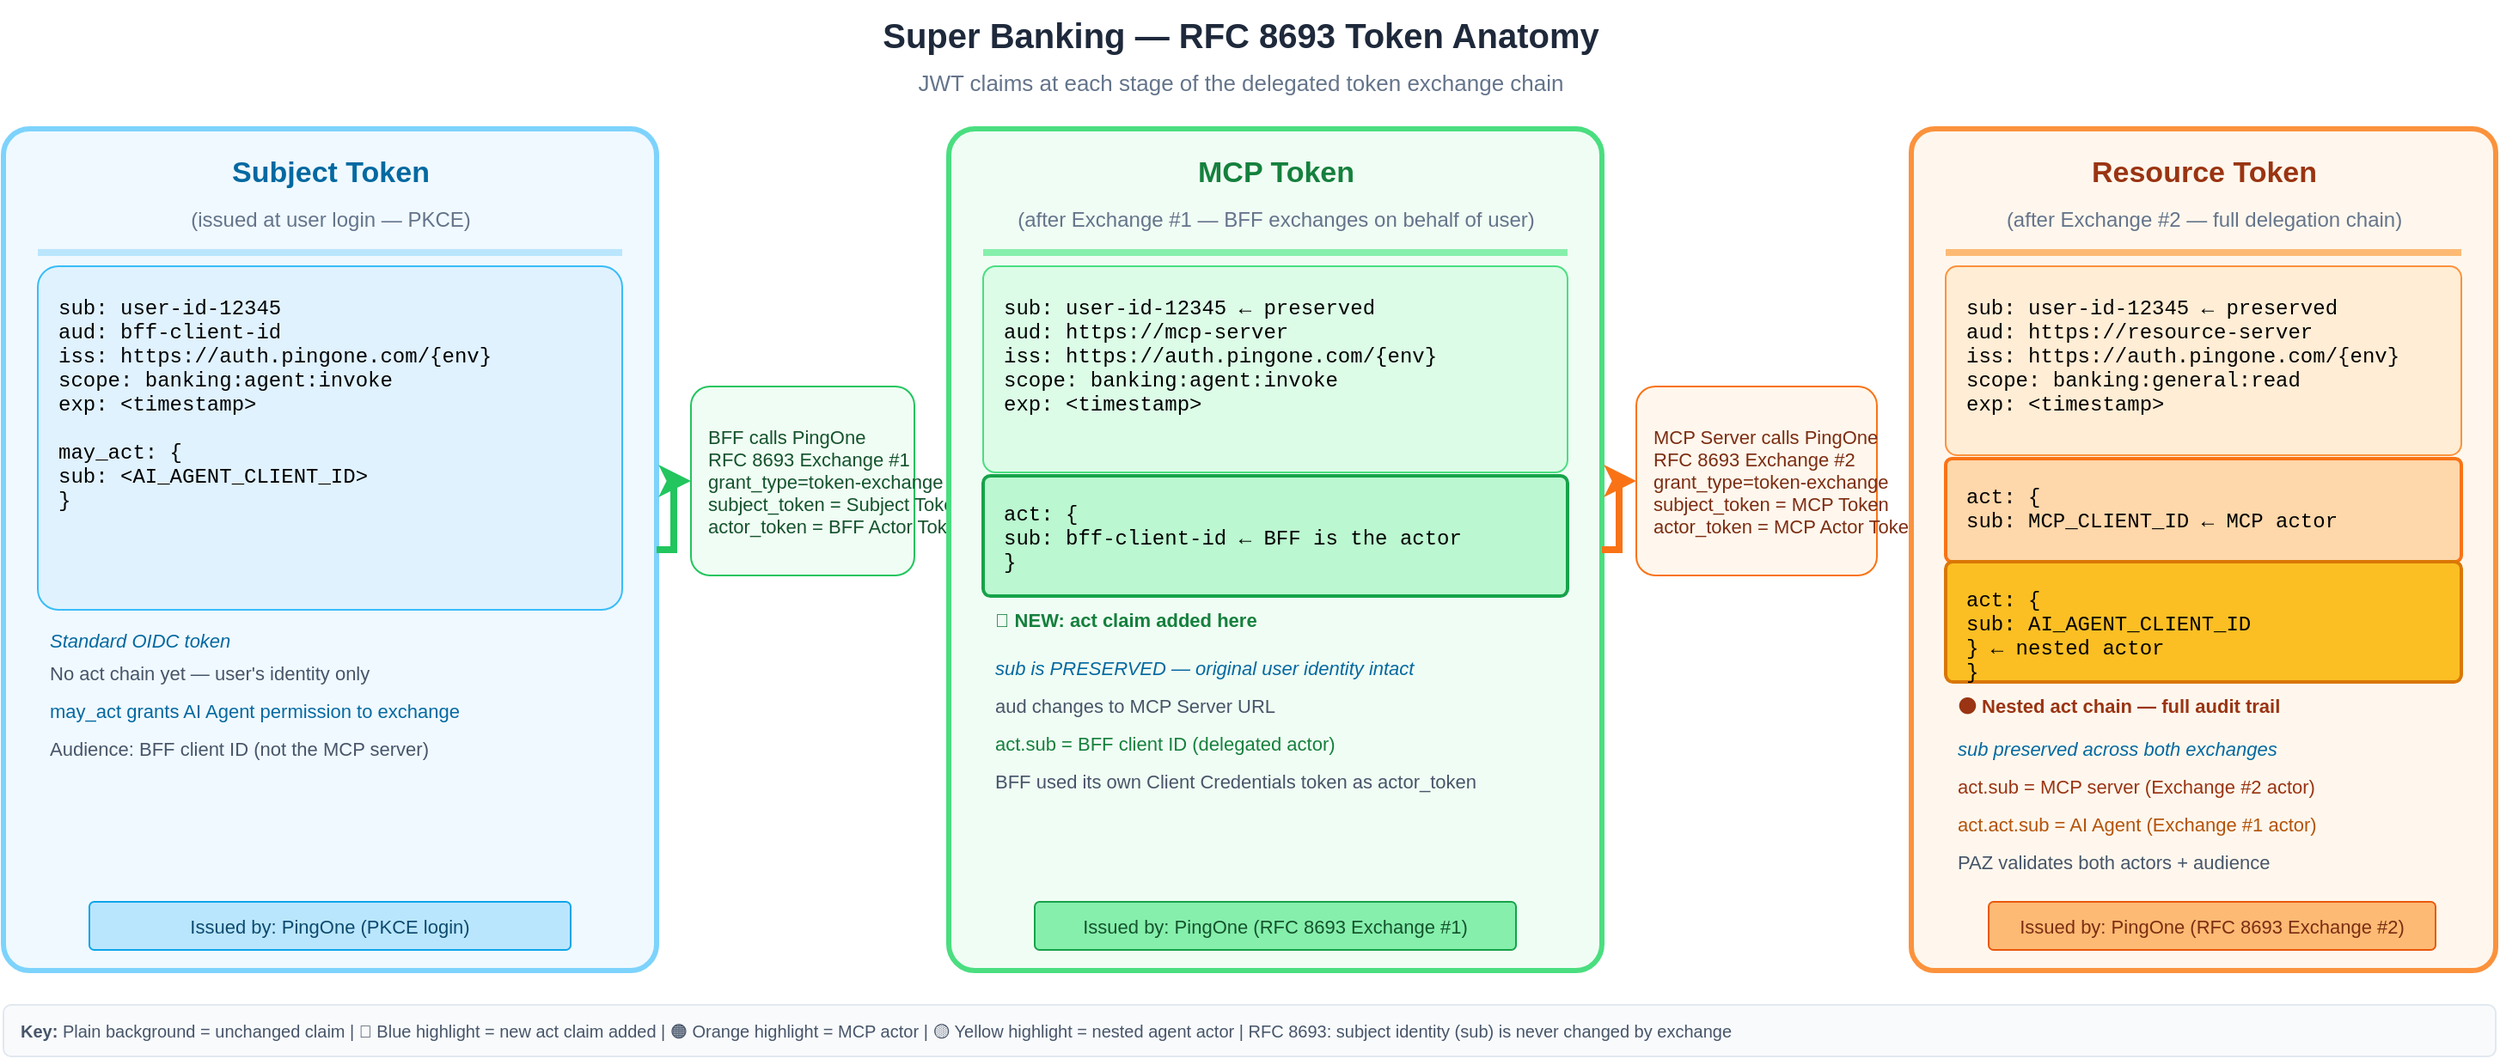
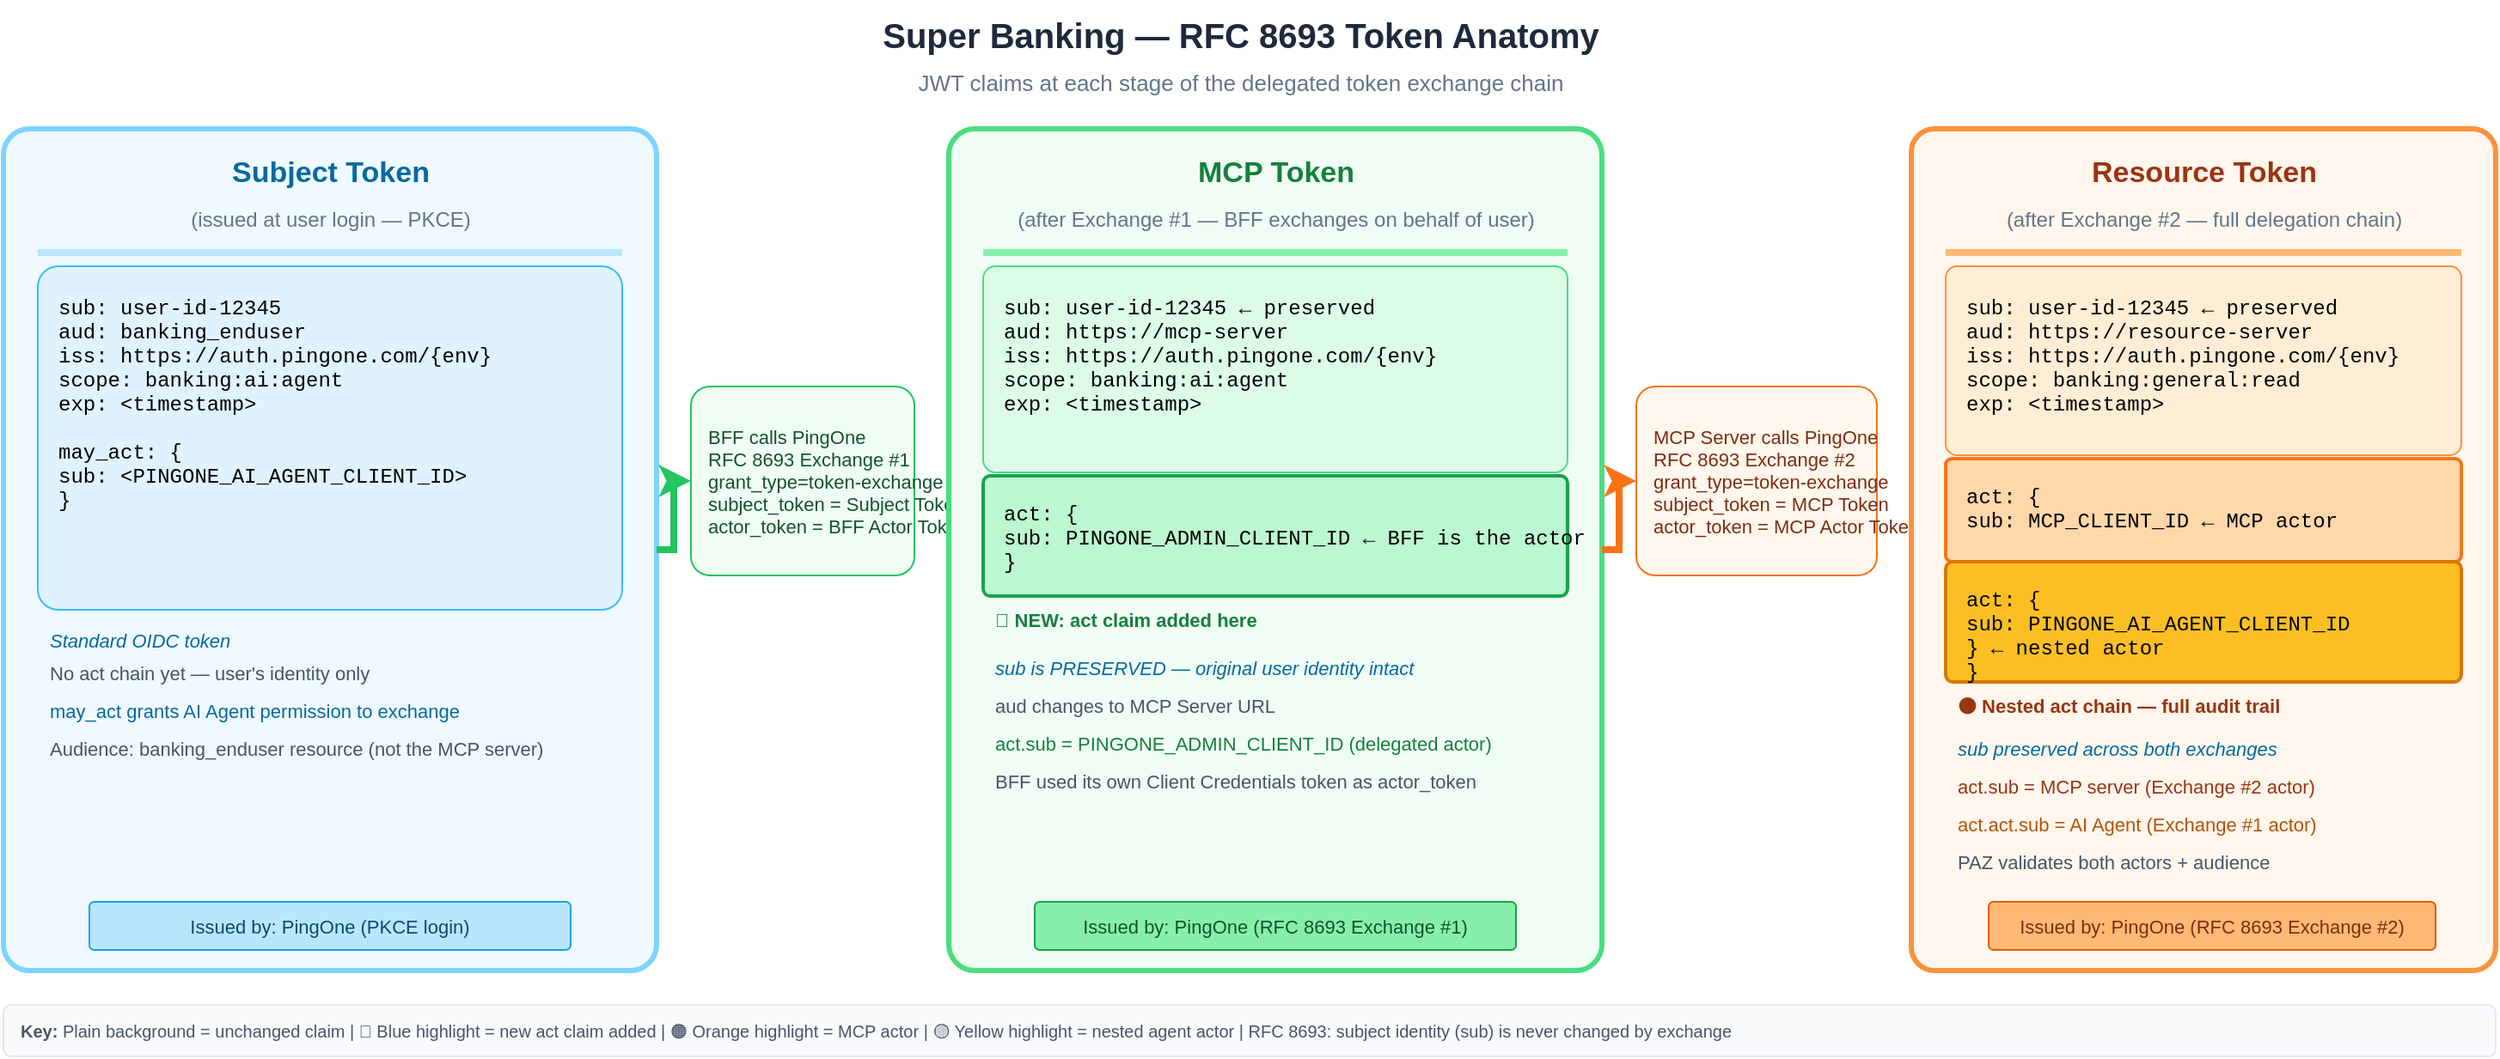
<mxGraphModel dx="1422" dy="762" grid="0" gridSize="10" guides="1" tooltips="1" connect="1" arrows="1" fold="1" page="0" pageScale="1" pageWidth="1500" pageHeight="680" math="0" shadow="0">
  <root>
    <mxCell id="0" />
    <mxCell id="1" parent="0" />

    <!-- Title -->
    <mxCell id="title" value="Super Banking — RFC 8693 Token Anatomy" style="text;html=1;strokeColor=none;fillColor=none;align=center;verticalAlign=middle;whiteSpace=wrap;rounded=0;fontSize=20;fontStyle=1;fontColor=#1e293b;" vertex="1" parent="1">
      <mxGeometry x="250" y="15" width="1000" height="40" as="geometry" />
    </mxCell>
    <mxCell id="subtitle" value="JWT claims at each stage of the delegated token exchange chain" style="text;html=1;strokeColor=none;fillColor=none;align=center;verticalAlign=middle;whiteSpace=wrap;rounded=0;fontSize=13;fontColor=#64748b;" vertex="1" parent="1">
      <mxGeometry x="250" y="50" width="1000" height="25" as="geometry" />
    </mxCell>

    <!-- ============================================================ -->
    <!-- Panel 1: Subject Token (Before Exchange) -->
    <!-- ============================================================ -->
    <mxCell id="p1-border" value="" style="rounded=1;arcSize=4;fillColor=#f0f9ff;strokeColor=#7dd3fc;strokeWidth=3;" vertex="1" parent="1">
      <mxGeometry x="30" y="90" width="380" height="490" as="geometry" />
    </mxCell>

    <mxCell id="p1-header" value="Subject Token" style="text;html=1;strokeColor=none;fillColor=none;align=center;verticalAlign=middle;fontSize=17;fontStyle=1;fontColor=#0369a1;" vertex="1" parent="1">
      <mxGeometry x="30" y="98" width="380" height="35" as="geometry" />
    </mxCell>
    <mxCell id="p1-subheader" value="(issued at user login — PKCE)" style="text;html=1;strokeColor=none;fillColor=none;align=center;verticalAlign=middle;fontSize=12;fontColor=#64748b;" vertex="1" parent="1">
      <mxGeometry x="30" y="130" width="380" height="25" as="geometry" />
    </mxCell>

    <!-- Divider -->
    <mxCell id="p1-div" value="" style="line;strokeColor=#bae6fd;" vertex="1" parent="1">
      <mxGeometry x="50" y="158" width="340" height="8" as="geometry" />
    </mxCell>

    <!-- Claims box P1 -->
-     <mxCell id="p1-claims" value="sub: user-id-12345&#xa;aud: bff-client-id&#xa;iss: https://auth.pingone.com/{env}&#xa;scope: banking:agent:invoke&#xa;exp: &lt;timestamp&gt;&#xa;&#xa;may_act: {&#xa;  sub: &lt;AI_AGENT_CLIENT_ID&gt;&#xa;}" style="rounded=1;arcSize=6;fillColor=#e0f2fe;strokeColor=#38bdf8;fontSize=12;fontFamily=Courier New;align=left;spacingLeft=10;verticalAlign=top;spacingTop=10;" vertex="1" parent="1">
+     <mxCell id="p1-claims" value="sub: user-id-12345&#xa;aud: banking_enduser&#xa;iss: https://auth.pingone.com/{env}&#xa;scope: banking:ai:agent&#xa;exp: &lt;timestamp&gt;&#xa;&#xa;may_act: {&#xa;  sub: &lt;PINGONE_AI_AGENT_CLIENT_ID&gt;&#xa;}" style="rounded=1;arcSize=6;fillColor=#e0f2fe;strokeColor=#38bdf8;fontSize=12;fontFamily=Courier New;align=left;spacingLeft=10;verticalAlign=top;spacingTop=10;" vertex="1" parent="1">
      <mxGeometry x="50" y="170" width="340" height="200" as="geometry" />
    </mxCell>

    <!-- Annotation P1 -->
    <mxCell id="p1-note1" value="Standard OIDC token" style="text;html=1;strokeColor=none;fillColor=none;align=left;verticalAlign=middle;fontSize=11;fontColor=#0369a1;fontStyle=2;" vertex="1" parent="1">
      <mxGeometry x="55" y="377" width="360" height="22" as="geometry" />
    </mxCell>
    <mxCell id="p1-note2" value="No act chain yet — user's identity only" style="text;html=1;strokeColor=none;fillColor=none;align=left;verticalAlign=middle;fontSize=11;fontColor=#475569;" vertex="1" parent="1">
      <mxGeometry x="55" y="396" width="360" height="22" as="geometry" />
    </mxCell>
    <mxCell id="p1-note3" value="may_act grants AI Agent permission to exchange" style="text;html=1;strokeColor=none;fillColor=none;align=left;verticalAlign=middle;fontSize=11;fontColor=#0369a1;" vertex="1" parent="1">
      <mxGeometry x="55" y="418" width="360" height="22" as="geometry" />
    </mxCell>
-     <mxCell id="p1-note4" value="Audience: BFF client ID (not the MCP server)" style="text;html=1;strokeColor=none;fillColor=none;align=left;verticalAlign=middle;fontSize=11;fontColor=#475569;" vertex="1" parent="1">
+     <mxCell id="p1-note4" value="Audience: banking_enduser resource (not the MCP server)" style="text;html=1;strokeColor=none;fillColor=none;align=left;verticalAlign=middle;fontSize=11;fontColor=#475569;" vertex="1" parent="1">
      <mxGeometry x="55" y="440" width="360" height="22" as="geometry" />
    </mxCell>

    <!-- Issued-by label -->
    <mxCell id="p1-issuer" value="Issued by: PingOne (PKCE login)" style="rounded=1;arcSize=10;fillColor=#bae6fd;strokeColor=#0ea5e9;fontSize=11;fontColor=#0c4a6e;" vertex="1" parent="1">
      <mxGeometry x="80" y="540" width="280" height="28" as="geometry" />
    </mxCell>

    <!-- ============================================================ -->
    <!-- Arrow 1: Subject → MCP Token -->
    <!-- ============================================================ -->
    <mxCell id="arrow1-box" value="BFF calls PingOne&#xa;RFC 8693 Exchange #1&#xa;grant_type=token-exchange&#xa;subject_token = Subject Token&#xa;actor_token = BFF Actor Token (CC)" style="rounded=1;arcSize=10;fillColor=#f0fdf4;strokeColor=#22c55e;fontSize=11;fontColor=#14532d;align=left;spacingLeft=8;" vertex="1" parent="1">
      <mxGeometry x="430" y="240" width="130" height="110" as="geometry" />
    </mxCell>

    <!-- Arrow shaft 1 -->
    <mxCell id="arrow1-shaft" value="" style="edgeStyle=orthogonalEdgeStyle;rounded=0;strokeColor=#22c55e;strokeWidth=4;exitX=1;exitY=0.5;exitDx=0;exitDy=0;entryX=0;entryY=0.5;entryDx=0;entryDy=0;" edge="1" source="p1-border" target="arrow1-box" parent="1">
      <mxGeometry relative="1" as="geometry" />
    </mxCell>

    <!-- ============================================================ -->
    <!-- Panel 2: MCP Token (After Exchange #1) -->
    <!-- ============================================================ -->
    <mxCell id="p2-border" value="" style="rounded=1;arcSize=4;fillColor=#f0fdf4;strokeColor=#4ade80;strokeWidth=3;" vertex="1" parent="1">
      <mxGeometry x="580" y="90" width="380" height="490" as="geometry" />
    </mxCell>

    <mxCell id="p2-header" value="MCP Token" style="text;html=1;strokeColor=none;fillColor=none;align=center;verticalAlign=middle;fontSize=17;fontStyle=1;fontColor=#15803d;" vertex="1" parent="1">
      <mxGeometry x="580" y="98" width="380" height="35" as="geometry" />
    </mxCell>
    <mxCell id="p2-subheader" value="(after Exchange #1 — BFF exchanges on behalf of user)" style="text;html=1;strokeColor=none;fillColor=none;align=center;verticalAlign=middle;fontSize=12;fontColor=#64748b;" vertex="1" parent="1">
      <mxGeometry x="580" y="130" width="380" height="25" as="geometry" />
    </mxCell>

    <mxCell id="p2-div" value="" style="line;strokeColor=#86efac;" vertex="1" parent="1">
      <mxGeometry x="600" y="158" width="340" height="8" as="geometry" />
    </mxCell>

    <!-- Claims box P2 -->
-     <mxCell id="p2-claims" value="sub: user-id-12345       ← preserved&#xa;aud: https://mcp-server&#xa;iss: https://auth.pingone.com/{env}&#xa;scope: banking:agent:invoke&#xa;exp: &lt;timestamp&gt;&#xa;&#xa;" style="rounded=1;arcSize=6;fillColor=#dcfce7;strokeColor=#4ade80;fontSize=12;fontFamily=Courier New;align=left;spacingLeft=10;verticalAlign=top;spacingTop=10;" vertex="1" parent="1">
+     <mxCell id="p2-claims" value="sub: user-id-12345       ← preserved&#xa;aud: https://mcp-server&#xa;iss: https://auth.pingone.com/{env}&#xa;scope: banking:ai:agent&#xa;exp: &lt;timestamp&gt;&#xa;&#xa;" style="rounded=1;arcSize=6;fillColor=#dcfce7;strokeColor=#4ade80;fontSize=12;fontFamily=Courier New;align=left;spacingLeft=10;verticalAlign=top;spacingTop=10;" vertex="1" parent="1">
      <mxGeometry x="600" y="170" width="340" height="120" as="geometry" />
    </mxCell>

    <!-- act highlight P2 -->
-     <mxCell id="p2-act-highlight" value="act: {&#xa;  sub: bff-client-id    ← BFF is the actor&#xa;}" style="rounded=1;arcSize=6;fillColor=#bbf7d0;strokeColor=#16a34a;strokeWidth=2;fontSize=12;fontFamily=Courier New;align=left;spacingLeft=10;verticalAlign=top;spacingTop=8;" vertex="1" parent="1">
+     <mxCell id="p2-act-highlight" value="act: {&#xa;  sub: PINGONE_ADMIN_CLIENT_ID    ← BFF is the actor&#xa;}" style="rounded=1;arcSize=6;fillColor=#bbf7d0;strokeColor=#16a34a;strokeWidth=2;fontSize=12;fontFamily=Courier New;align=left;spacingLeft=10;verticalAlign=top;spacingTop=8;" vertex="1" parent="1">
      <mxGeometry x="600" y="292" width="340" height="70" as="geometry" />
    </mxCell>

    <!-- act label -->
    <mxCell id="p2-act-label" value="🔵 NEW: act claim added here" style="text;html=1;strokeColor=none;fillColor=none;align=left;verticalAlign=middle;fontSize=11;fontColor=#15803d;fontStyle=1;" vertex="1" parent="1">
      <mxGeometry x="605" y="365" width="360" height="22" as="geometry" />
    </mxCell>

    <!-- Annotations P2 -->
    <mxCell id="p2-note1" value="sub is PRESERVED — original user identity intact" style="text;html=1;strokeColor=none;fillColor=none;align=left;verticalAlign=middle;fontSize=11;fontColor=#0369a1;fontStyle=2;" vertex="1" parent="1">
      <mxGeometry x="605" y="393" width="360" height="22" as="geometry" />
    </mxCell>
    <mxCell id="p2-note2" value="aud changes to MCP Server URL" style="text;html=1;strokeColor=none;fillColor=none;align=left;verticalAlign=middle;fontSize=11;fontColor=#475569;" vertex="1" parent="1">
      <mxGeometry x="605" y="415" width="360" height="22" as="geometry" />
    </mxCell>
-     <mxCell id="p2-note3" value="act.sub = BFF client ID (delegated actor)" style="text;html=1;strokeColor=none;fillColor=none;align=left;verticalAlign=middle;fontSize=11;fontColor=#15803d;" vertex="1" parent="1">
+     <mxCell id="p2-note3" value="act.sub = PINGONE_ADMIN_CLIENT_ID (delegated actor)" style="text;html=1;strokeColor=none;fillColor=none;align=left;verticalAlign=middle;fontSize=11;fontColor=#15803d;" vertex="1" parent="1">
      <mxGeometry x="605" y="437" width="360" height="22" as="geometry" />
    </mxCell>
    <mxCell id="p2-note4" value="BFF used its own Client Credentials token as actor_token" style="text;html=1;strokeColor=none;fillColor=none;align=left;verticalAlign=middle;fontSize=11;fontColor=#475569;" vertex="1" parent="1">
      <mxGeometry x="605" y="459" width="360" height="22" as="geometry" />
    </mxCell>

    <mxCell id="p2-issuer" value="Issued by: PingOne (RFC 8693 Exchange #1)" style="rounded=1;arcSize=10;fillColor=#86efac;strokeColor=#16a34a;fontSize=11;fontColor=#14532d;" vertex="1" parent="1">
      <mxGeometry x="630" y="540" width="280" height="28" as="geometry" />
    </mxCell>

    <!-- ============================================================ -->
    <!-- Arrow 2: MCP → Resource Token -->
    <!-- ============================================================ -->
    <mxCell id="arrow2-box" value="MCP Server calls PingOne&#xa;RFC 8693 Exchange #2&#xa;grant_type=token-exchange&#xa;subject_token = MCP Token&#xa;actor_token = MCP Actor Token (CC)" style="rounded=1;arcSize=10;fillColor=#fff7ed;strokeColor=#f97316;fontSize=11;fontColor=#7c2d12;align=left;spacingLeft=8;" vertex="1" parent="1">
      <mxGeometry x="980" y="240" width="140" height="110" as="geometry" />
    </mxCell>

    <mxCell id="arrow2-shaft" value="" style="edgeStyle=orthogonalEdgeStyle;rounded=0;strokeColor=#f97316;strokeWidth=4;exitX=1;exitY=0.5;exitDx=0;exitDy=0;entryX=0;entryY=0.5;entryDx=0;entryDy=0;" edge="1" source="p2-border" target="arrow2-box" parent="1">
      <mxGeometry relative="1" as="geometry" />
    </mxCell>

    <!-- ============================================================ -->
    <!-- Panel 3: Resource Token (After Exchange #2) -->
    <!-- ============================================================ -->
    <mxCell id="p3-border" value="" style="rounded=1;arcSize=4;fillColor=#fff7ed;strokeColor=#fb923c;strokeWidth=3;" vertex="1" parent="1">
      <mxGeometry x="1140" y="90" width="340" height="490" as="geometry" />
    </mxCell>

    <mxCell id="p3-header" value="Resource Token" style="text;html=1;strokeColor=none;fillColor=none;align=center;verticalAlign=middle;fontSize=17;fontStyle=1;fontColor=#9a3412;" vertex="1" parent="1">
      <mxGeometry x="1140" y="98" width="340" height="35" as="geometry" />
    </mxCell>
    <mxCell id="p3-subheader" value="(after Exchange #2 — full delegation chain)" style="text;html=1;strokeColor=none;fillColor=none;align=center;verticalAlign=middle;fontSize=12;fontColor=#64748b;" vertex="1" parent="1">
      <mxGeometry x="1140" y="130" width="340" height="25" as="geometry" />
    </mxCell>

    <mxCell id="p3-div" value="" style="line;strokeColor=#fdba74;" vertex="1" parent="1">
      <mxGeometry x="1160" y="158" width="300" height="8" as="geometry" />
    </mxCell>

    <!-- Claims box P3 -->
    <mxCell id="p3-claims" value="sub: user-id-12345       ← preserved&#xa;aud: https://resource-server&#xa;iss: https://auth.pingone.com/{env}&#xa;scope: banking:general:read&#xa;exp: &lt;timestamp&gt;&#xa;&#xa;" style="rounded=1;arcSize=6;fillColor=#ffedd5;strokeColor=#fb923c;fontSize=12;fontFamily=Courier New;align=left;spacingLeft=10;verticalAlign=top;spacingTop=10;" vertex="1" parent="1">
      <mxGeometry x="1160" y="170" width="300" height="110" as="geometry" />
    </mxCell>

    <!-- outer act highlight P3 -->
    <mxCell id="p3-act-outer" value="act: {&#xa;  sub: MCP_CLIENT_ID    ← MCP actor" style="rounded=1;arcSize=6;fillColor=#fed7aa;strokeColor=#f97316;strokeWidth=2;fontSize=12;fontFamily=Courier New;align=left;spacingLeft=10;verticalAlign=top;spacingTop=8;" vertex="1" parent="1">
      <mxGeometry x="1160" y="282" width="300" height="60" as="geometry" />
    </mxCell>

    <!-- inner act.act highlight P3 -->
-     <mxCell id="p3-act-inner" value="  act: {&#xa;    sub: AI_AGENT_CLIENT_ID&#xa;  }             ← nested actor&#xa;}" style="rounded=1;arcSize=6;fillColor=#fbbf24;strokeColor=#d97706;strokeWidth=2;fontSize=12;fontFamily=Courier New;align=left;spacingLeft=10;verticalAlign=top;spacingTop=8;" vertex="1" parent="1">
+     <mxCell id="p3-act-inner" value="  act: {&#xa;    sub: PINGONE_AI_AGENT_CLIENT_ID&#xa;  }             ← nested actor&#xa;}" style="rounded=1;arcSize=6;fillColor=#fbbf24;strokeColor=#d97706;strokeWidth=2;fontSize=12;fontFamily=Courier New;align=left;spacingLeft=10;verticalAlign=top;spacingTop=8;" vertex="1" parent="1">
      <mxGeometry x="1160" y="342" width="300" height="70" as="geometry" />
    </mxCell>

    <!-- Labels P3 -->
    <mxCell id="p3-act-label" value="🟠 Nested act chain — full audit trail" style="text;html=1;strokeColor=none;fillColor=none;align=left;verticalAlign=middle;fontSize=11;fontColor=#9a3412;fontStyle=1;" vertex="1" parent="1">
      <mxGeometry x="1165" y="415" width="305" height="22" as="geometry" />
    </mxCell>

    <mxCell id="p3-note1" value="sub preserved across both exchanges" style="text;html=1;strokeColor=none;fillColor=none;align=left;verticalAlign=middle;fontSize=11;fontColor=#0369a1;fontStyle=2;" vertex="1" parent="1">
      <mxGeometry x="1165" y="440" width="305" height="22" as="geometry" />
    </mxCell>
    <mxCell id="p3-note2" value="act.sub = MCP server (Exchange #2 actor)" style="text;html=1;strokeColor=none;fillColor=none;align=left;verticalAlign=middle;fontSize=11;fontColor=#9a3412;" vertex="1" parent="1">
      <mxGeometry x="1165" y="462" width="305" height="22" as="geometry" />
    </mxCell>
    <mxCell id="p3-note3" value="act.act.sub = AI Agent (Exchange #1 actor)" style="text;html=1;strokeColor=none;fillColor=none;align=left;verticalAlign=middle;fontSize=11;fontColor=#b45309;" vertex="1" parent="1">
      <mxGeometry x="1165" y="484" width="305" height="22" as="geometry" />
    </mxCell>
    <mxCell id="p3-note4" value="PAZ validates both actors + audience" style="text;html=1;strokeColor=none;fillColor=none;align=left;verticalAlign=middle;fontSize=11;fontColor=#475569;" vertex="1" parent="1">
      <mxGeometry x="1165" y="506" width="305" height="22" as="geometry" />
    </mxCell>

    <mxCell id="p3-issuer" value="Issued by: PingOne (RFC 8693 Exchange #2)" style="rounded=1;arcSize=10;fillColor=#fdba74;strokeColor=#ea580c;fontSize=11;fontColor=#7c2d12;" vertex="1" parent="1">
      <mxGeometry x="1185" y="540" width="260" height="28" as="geometry" />
    </mxCell>

    <!-- ============================================================ -->
    <!-- Legend bar at bottom -->
    <!-- ============================================================ -->
    <mxCell id="legend-bar" value="&lt;b&gt;Key:&lt;/b&gt;  Plain background = unchanged claim  |  🔵 Blue highlight = new act claim added  |  🟠 Orange highlight = MCP actor  |  🟡 Yellow highlight = nested agent actor  |  RFC 8693: subject identity (sub) is never changed by exchange" style="text;html=1;strokeColor=#e2e8f0;fillColor=#f8fafc;align=left;verticalAlign=middle;whiteSpace=wrap;rounded=1;fontSize=10;spacingLeft=8;fontColor=#475569;" vertex="1" parent="1">
      <mxGeometry x="30" y="600" width="1450" height="30" as="geometry" />
    </mxCell>

  </root>
</mxGraphModel>
